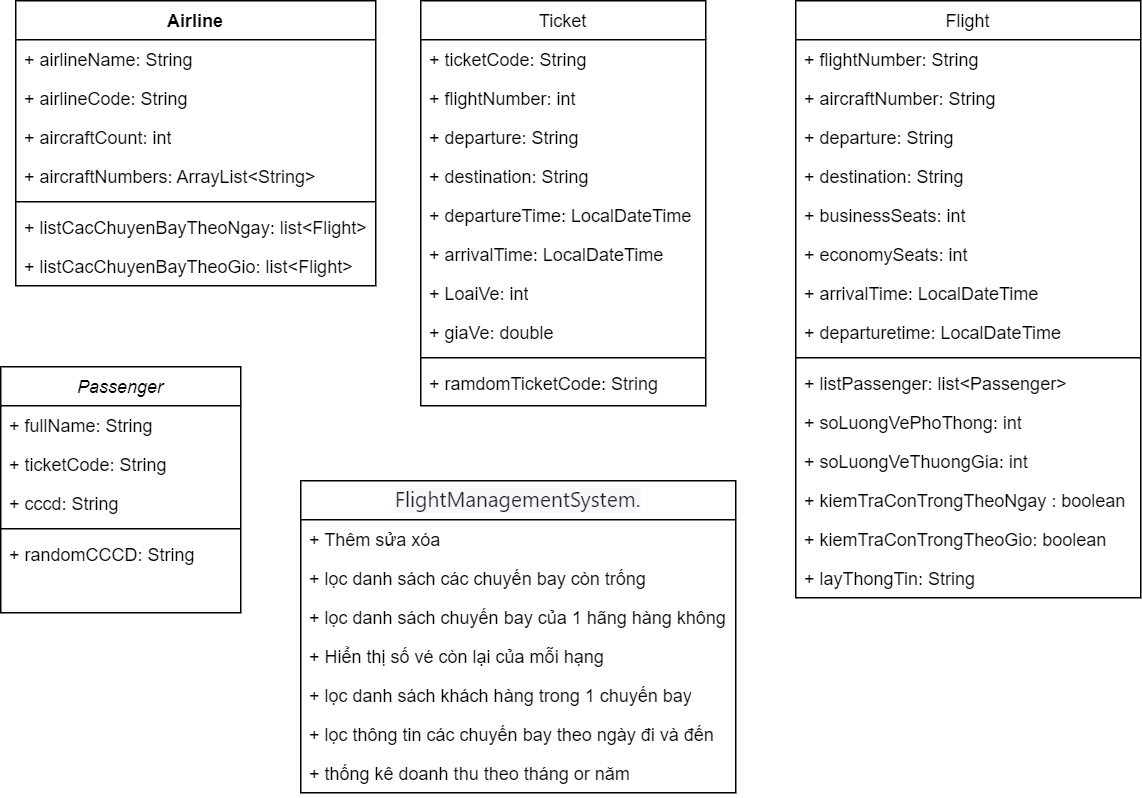
The draw.io diagram Untitled Diagram.drawio.png in TrinhChiAn/Nhom4_Java07, before a commit. Source tidied: cells renumbered, new cells last; positions are measured from the earlier drawing's top-left corner, leaving out a move shared by most shapes.
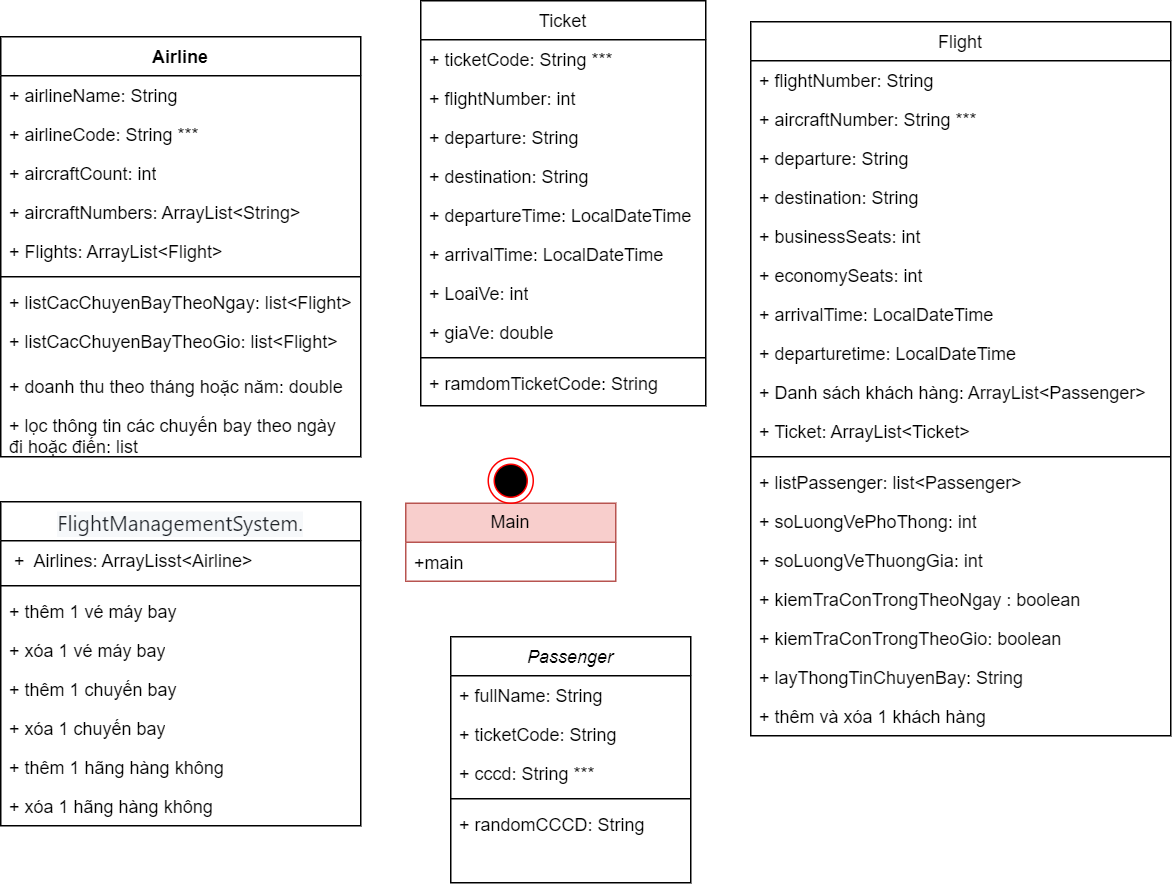
After the change.

Commit message:
Demo class

The edit, as a diff of the source:
```diff
@@ -5,3 +5,3 @@
     <mxCell id="2" value="Passenger" style="swimlane;fontStyle=2;align=center;verticalAlign=top;horizontal=1;startSize=26;rounded=0;shadow=0;strokeWidth=1;" parent="1" vertex="1">
-      <mxGeometry y="244" width="160" height="164" as="geometry" />
+      <mxGeometry x="310" y="400" width="160" height="164" as="geometry" />
     </mxCell>
@@ -13,3 +13,3 @@
     </mxCell>
-    <mxCell id="5" value="+&amp;nbsp;cccd: String" style="text;strokeColor=none;fillColor=none;align=left;verticalAlign=top;spacingLeft=4;spacingRight=4;overflow=hidden;whiteSpace=wrap;html=1;" parent="2" vertex="1">
+    <mxCell id="5" value="+&amp;nbsp;cccd: String ***" style="text;strokeColor=none;fillColor=none;align=left;verticalAlign=top;spacingLeft=4;spacingRight=4;overflow=hidden;whiteSpace=wrap;html=1;" parent="2" vertex="1">
       <mxGeometry y="78" width="160" height="26" as="geometry" />
@@ -23,5 +23,5 @@
     <mxCell id="8" value="Ticket" style="swimlane;fontStyle=0;align=center;verticalAlign=top;horizontal=1;startSize=26;rounded=0;shadow=0;strokeWidth=1;" parent="1" vertex="1">
-      <mxGeometry x="280" width="190" height="270" as="geometry" />
+      <mxGeometry x="290" y="-24" width="190" height="270" as="geometry" />
     </mxCell>
-    <mxCell id="9" value="+ ticketCode: String" style="text;strokeColor=none;fillColor=none;align=left;verticalAlign=top;spacingLeft=4;spacingRight=4;overflow=hidden;whiteSpace=wrap;html=1;shadow=1;" parent="8" vertex="1">
+    <mxCell id="9" value="+ ticketCode: String ***" style="text;strokeColor=none;fillColor=none;align=left;verticalAlign=top;spacingLeft=4;spacingRight=4;overflow=hidden;whiteSpace=wrap;html=1;shadow=1;" parent="8" vertex="1">
       <mxGeometry y="26" width="190" height="26" as="geometry" />
@@ -56,51 +56,60 @@
     <mxCell id="19" value="Flight" style="swimlane;fontStyle=0;align=center;verticalAlign=top;horizontal=1;startSize=26;rounded=0;shadow=0;strokeWidth=1;" parent="1" vertex="1">
-      <mxGeometry x="530" width="230" height="398" as="geometry" />
+      <mxGeometry x="510" y="-10" width="280" height="476" as="geometry" />
     </mxCell>
     <mxCell id="20" value="+ flightNumber: String" style="text;align=left;verticalAlign=top;spacingLeft=4;spacingRight=4;overflow=hidden;" parent="19" vertex="1">
-      <mxGeometry y="26" width="230" height="26" as="geometry" />
+      <mxGeometry y="26" width="280" height="26" as="geometry" />
     </mxCell>
-    <mxCell id="21" value="+ aircraftNumber: String" style="text;align=left;verticalAlign=top;spacingLeft=4;spacingRight=4;overflow=hidden;rounded=0;shadow=0;html=0;" parent="19" vertex="1">
-      <mxGeometry y="52" width="230" height="26" as="geometry" />
+    <mxCell id="21" value="+ aircraftNumber: String ***" style="text;align=left;verticalAlign=top;spacingLeft=4;spacingRight=4;overflow=hidden;rounded=0;shadow=0;html=0;" parent="19" vertex="1">
+      <mxGeometry y="52" width="280" height="26" as="geometry" />
     </mxCell>
     <mxCell id="22" value="+ departure: String" style="text;align=left;verticalAlign=top;spacingLeft=4;spacingRight=4;overflow=hidden;rounded=0;shadow=0;html=0;" parent="19" vertex="1">
-      <mxGeometry y="78" width="230" height="26" as="geometry" />
+      <mxGeometry y="78" width="280" height="26" as="geometry" />
     </mxCell>
     <mxCell id="23" value="+ destination: String" style="text;align=left;verticalAlign=top;spacingLeft=4;spacingRight=4;overflow=hidden;rounded=0;shadow=0;html=0;" parent="19" vertex="1">
-      <mxGeometry y="104" width="230" height="26" as="geometry" />
+      <mxGeometry y="104" width="280" height="26" as="geometry" />
     </mxCell>
     <mxCell id="24" value="+&amp;nbsp;businessSeats: int" style="text;strokeColor=none;fillColor=none;align=left;verticalAlign=top;spacingLeft=4;spacingRight=4;overflow=hidden;whiteSpace=wrap;html=1;" parent="19" vertex="1">
-      <mxGeometry y="130" width="230" height="26" as="geometry" />
+      <mxGeometry y="130" width="280" height="26" as="geometry" />
     </mxCell>
     <mxCell id="25" value="+&amp;nbsp;economySeats: int" style="text;strokeColor=none;fillColor=none;align=left;verticalAlign=top;spacingLeft=4;spacingRight=4;overflow=hidden;whiteSpace=wrap;html=1;" parent="19" vertex="1">
-      <mxGeometry y="156" width="230" height="26" as="geometry" />
+      <mxGeometry y="156" width="280" height="26" as="geometry" />
     </mxCell>
     <mxCell id="26" value="+&amp;nbsp;arrivalTime: LocalDateTime" style="text;strokeColor=none;fillColor=none;align=left;verticalAlign=top;spacingLeft=4;spacingRight=4;overflow=hidden;whiteSpace=wrap;html=1;" parent="19" vertex="1">
-      <mxGeometry y="182" width="230" height="26" as="geometry" />
+      <mxGeometry y="182" width="280" height="26" as="geometry" />
     </mxCell>
     <mxCell id="27" value="+ departuretime: LocalDateTime" style="text;align=left;verticalAlign=top;spacingLeft=4;spacingRight=4;overflow=hidden;rounded=0;shadow=0;html=0;" parent="19" vertex="1">
-      <mxGeometry y="208" width="230" height="26" as="geometry" />
+      <mxGeometry y="208" width="280" height="26" as="geometry" />
     </mxCell>
+    <mxCell id="51" value="+ Danh sách khách hàng: ArrayList&amp;lt;Passenger&amp;gt;" style="text;strokeColor=none;fillColor=none;align=left;verticalAlign=top;spacingLeft=4;spacingRight=4;overflow=hidden;whiteSpace=wrap;html=1;" parent="19" vertex="1">
+      <mxGeometry y="234" width="280" height="26" as="geometry" />
+    </mxCell>
+    <mxCell id="52" value="+ Ticket: ArrayList&amp;lt;Ticket&amp;gt;" style="text;strokeColor=none;fillColor=none;align=left;verticalAlign=top;spacingLeft=4;spacingRight=4;overflow=hidden;whiteSpace=wrap;html=1;" parent="19" vertex="1">
+      <mxGeometry y="260" width="280" height="26" as="geometry" />
+    </mxCell>
     <mxCell id="28" style="line;html=1;strokeWidth=1;align=left;verticalAlign=middle;spacingTop=-1;spacingLeft=3;spacingRight=3;labelPosition=right;" parent="19" vertex="1">
-      <mxGeometry y="234" width="230" height="8" as="geometry" />
+      <mxGeometry y="286" width="280" height="8" as="geometry" />
     </mxCell>
     <mxCell id="29" value="+ listPassenger: list&lt;Passenger&gt;" style="text;align=left;verticalAlign=top;spacingLeft=4;spacingRight=4;overflow=hidden;" parent="19" vertex="1">
-      <mxGeometry y="242" width="230" height="26" as="geometry" />
+      <mxGeometry y="294" width="280" height="26" as="geometry" />
     </mxCell>
     <mxCell id="30" value="+ soLuongVePhoThong: int" style="text;strokeColor=none;fillColor=none;align=left;verticalAlign=top;spacingLeft=4;spacingRight=4;overflow=hidden;whiteSpace=wrap;html=1;" parent="19" vertex="1">
-      <mxGeometry y="268" width="230" height="26" as="geometry" />
+      <mxGeometry y="320" width="280" height="26" as="geometry" />
     </mxCell>
     <mxCell id="31" value="+ soLuongVeThuongGia: int" style="text;align=left;verticalAlign=top;spacingLeft=4;spacingRight=4;overflow=hidden;" parent="19" vertex="1">
-      <mxGeometry y="294" width="230" height="26" as="geometry" />
+      <mxGeometry y="346" width="280" height="26" as="geometry" />
     </mxCell>
     <mxCell id="32" value="+ kiemTraConTrongTheoNgay : boolean" style="text;strokeColor=none;fillColor=none;align=left;verticalAlign=top;spacingLeft=4;spacingRight=4;overflow=hidden;whiteSpace=wrap;html=1;" parent="19" vertex="1">
-      <mxGeometry y="320" width="230" height="26" as="geometry" />
+      <mxGeometry y="372" width="280" height="26" as="geometry" />
     </mxCell>
     <mxCell id="33" value="+ kiemTraConTrongTheoGio: boolean" style="text;strokeColor=none;fillColor=none;align=left;verticalAlign=top;spacingLeft=4;spacingRight=4;overflow=hidden;whiteSpace=wrap;html=1;" parent="19" vertex="1">
-      <mxGeometry y="346" width="230" height="26" as="geometry" />
+      <mxGeometry y="398" width="280" height="26" as="geometry" />
     </mxCell>
-    <mxCell id="34" value="+ layThongTin: String" style="text;strokeColor=none;fillColor=none;align=left;verticalAlign=top;spacingLeft=4;spacingRight=4;overflow=hidden;whiteSpace=wrap;html=1;" parent="19" vertex="1">
-      <mxGeometry y="372" width="230" height="26" as="geometry" />
+    <mxCell id="34" value="+ layThongTinChuyenBay: String" style="text;strokeColor=none;fillColor=none;align=left;verticalAlign=top;spacingLeft=4;spacingRight=4;overflow=hidden;whiteSpace=wrap;html=1;" parent="19" vertex="1">
+      <mxGeometry y="424" width="280" height="26" as="geometry" />
     </mxCell>
+    <mxCell id="53" value="+ thêm và xóa 1 khách hàng" style="text;strokeColor=none;fillColor=none;align=left;verticalAlign=top;spacingLeft=4;spacingRight=4;overflow=hidden;whiteSpace=wrap;html=1;" parent="19" vertex="1">
+      <mxGeometry y="450" width="280" height="26" as="geometry" />
+    </mxCell>
     <mxCell id="35" value="Airline" style="swimlane;fontStyle=1;align=center;verticalAlign=top;horizontal=1;startSize=26;whiteSpace=wrap;html=1;" parent="1" vertex="1">
-      <mxGeometry x="10" width="240" height="190" as="geometry" />
+      <mxGeometry x="10" width="240" height="280" as="geometry" />
     </mxCell>
@@ -109,3 +118,3 @@
     </mxCell>
-    <mxCell id="37" value="+&amp;nbsp;airlineCode: String" style="text;strokeColor=none;fillColor=none;align=left;verticalAlign=top;spacingLeft=4;spacingRight=4;overflow=hidden;whiteSpace=wrap;html=1;" parent="35" vertex="1">
+    <mxCell id="37" value="+&amp;nbsp;airlineCode: String ***" style="text;strokeColor=none;fillColor=none;align=left;verticalAlign=top;spacingLeft=4;spacingRight=4;overflow=hidden;whiteSpace=wrap;html=1;" parent="35" vertex="1">
       <mxGeometry y="52" width="240" height="26" as="geometry" />
@@ -118,35 +127,56 @@
     </mxCell>
+    <mxCell id="54" value="+ Flights: ArrayList&amp;lt;Flight&amp;gt;" style="text;strokeColor=none;fillColor=none;align=left;verticalAlign=top;spacingLeft=4;spacingRight=4;overflow=hidden;whiteSpace=wrap;html=1;" parent="35" vertex="1">
+      <mxGeometry y="130" width="240" height="26" as="geometry" />
+    </mxCell>
     <mxCell id="40" style="line;strokeWidth=1;fillColor=none;align=left;verticalAlign=middle;spacingTop=-1;spacingLeft=3;spacingRight=3;labelPosition=right;strokeColor=inherit;" parent="35" vertex="1">
-      <mxGeometry y="130" width="240" height="8" as="geometry" />
+      <mxGeometry y="156" width="240" height="8" as="geometry" />
     </mxCell>
     <mxCell id="41" value="+ listCacChuyenBayTheoNgay: list&amp;lt;Flight&amp;gt;" style="text;strokeColor=none;fillColor=none;align=left;verticalAlign=top;spacingLeft=4;spacingRight=4;overflow=hidden;whiteSpace=wrap;html=1;" parent="35" vertex="1">
-      <mxGeometry y="138" width="240" height="52" as="geometry" />
+      <mxGeometry y="164" width="240" height="26" as="geometry" />
     </mxCell>
+    <mxCell id="50" value="+ listCacChuyenBayTheoGio: list&amp;lt;Flight&amp;gt;" style="text;strokeColor=none;fillColor=none;align=left;verticalAlign=top;spacingLeft=4;spacingRight=4;overflow=hidden;whiteSpace=wrap;html=1;" parent="35" vertex="1">
+      <mxGeometry y="190" width="240" height="30" as="geometry" />
+    </mxCell>
+    <mxCell id="55" value="+ doanh thu theo tháng hoặc năm: double" style="text;strokeColor=none;fillColor=none;align=left;verticalAlign=top;spacingLeft=4;spacingRight=4;overflow=hidden;whiteSpace=wrap;html=1;" parent="35" vertex="1">
+      <mxGeometry y="220" width="240" height="26" as="geometry" />
+    </mxCell>
+    <mxCell id="56" value="+ lọc thông tin các chuyến bay theo ngày đi hoặc điến: list" style="text;strokeColor=none;fillColor=none;align=left;verticalAlign=top;spacingLeft=4;spacingRight=4;overflow=hidden;whiteSpace=wrap;html=1;" parent="35" vertex="1">
+      <mxGeometry y="246" width="240" height="34" as="geometry" />
+    </mxCell>
-    <mxCell id="42" value="&lt;h3 style=&quot;box-sizing: border-box; margin: 0px; font-size: 14px; font-weight: var(--base-text-weight-normal, 400); color: rgb(31, 35, 40); font-family: -apple-system, BlinkMacSystemFont, &amp;quot;Segoe UI&amp;quot;, &amp;quot;Noto Sans&amp;quot;, Helvetica, Arial, sans-serif, &amp;quot;Apple Color Emoji&amp;quot;, &amp;quot;Segoe UI Emoji&amp;quot;; text-align: left; background-color: rgb(246, 248, 250);&quot;&gt;&lt;div style=&quot;box-sizing: border-box; display: inline-block; max-width: 100%; overflow: hidden; text-overflow: ellipsis; vertical-align: top;&quot; aria-label=&quot;FlightManagementSystem.java&quot; title=&quot;FlightManagementSystem.java&quot; class=&quot;react-directory-truncate&quot;&gt;&lt;a style=&quot;box-sizing: border-box; background-color: transparent;&quot; href=&quot;https://github.com/TrinhChiAn/Nhom4_Java07/blob/main/FlightBookingSoftware/src/main/java/nhom4/java07/flightbookingsoftware/FlightManagementSystem.java&quot; class=&quot;Link--primary&quot; aria-describedby=&quot;item-type-24&quot;&gt;FlightManagementSystem.&lt;/a&gt;&lt;/div&gt;&lt;/h3&gt;" style="swimlane;fontStyle=0;horizontal=1;startSize=26;fillColor=none;whiteSpace=wrap;html=1;" parent="1" vertex="1">
-      <mxGeometry x="200" y="320" width="290" height="208" as="geometry" />
+    <mxCell id="42" value="&lt;h3 style=&quot;border-color: var(--border-color); box-sizing: border-box; margin: 0px; font-size: 14px; font-weight: var(--base-text-weight-normal, 400); color: rgb(31, 35, 40); font-family: -apple-system, BlinkMacSystemFont, &amp;quot;Segoe UI&amp;quot;, &amp;quot;Noto Sans&amp;quot;, Helvetica, Arial, sans-serif, &amp;quot;Apple Color Emoji&amp;quot;, &amp;quot;Segoe UI Emoji&amp;quot;; text-align: left; background-color: rgb(246, 248, 250);&quot;&gt;&lt;div style=&quot;border-color: var(--border-color); box-sizing: border-box; display: inline-block; max-width: 100%; overflow: hidden; text-overflow: ellipsis; vertical-align: top;&quot; aria-label=&quot;FlightManagementSystem.java&quot; title=&quot;FlightManagementSystem.java&quot; class=&quot;react-directory-truncate&quot;&gt;&lt;a style=&quot;border-color: var(--border-color); box-sizing: border-box; background-color: transparent;&quot; href=&quot;https://github.com/TrinhChiAn/Nhom4_Java07/blob/main/FlightBookingSoftware/src/main/java/nhom4/java07/flightbookingsoftware/FlightManagementSystem.java&quot; class=&quot;Link--primary&quot; aria-describedby=&quot;item-type-24&quot;&gt;FlightManagementSystem.&lt;/a&gt;&lt;/div&gt;&lt;/h3&gt;" style="swimlane;fontStyle=1;align=center;verticalAlign=top;horizontal=1;startSize=26;whiteSpace=wrap;html=1;" parent="1" vertex="1">
+      <mxGeometry x="10" y="310" width="240" height="216" as="geometry" />
     </mxCell>
-    <mxCell id="43" value="+ Thêm sửa xóa" style="text;strokeColor=none;fillColor=none;align=left;verticalAlign=top;spacingLeft=4;spacingRight=4;overflow=hidden;whiteSpace=wrap;html=1;" parent="42" vertex="1">
-      <mxGeometry y="26" width="290" height="26" as="geometry" />
-    </mxCell>
-    <mxCell id="44" value="+ lọc danh sách các chuyến bay còn trống" style="text;strokeColor=none;fillColor=none;align=left;verticalAlign=top;spacingLeft=4;spacingRight=4;overflow=hidden;whiteSpace=wrap;html=1;" parent="42" vertex="1">
-      <mxGeometry y="52" width="290" height="26" as="geometry" />
-    </mxCell>
-    <mxCell id="45" value="+ lọc danh sách chuyến bay của 1 hãng hàng không" style="text;strokeColor=none;fillColor=none;align=left;verticalAlign=top;spacingLeft=4;spacingRight=4;overflow=hidden;whiteSpace=wrap;html=1;" parent="42" vertex="1">
-      <mxGeometry y="78" width="290" height="26" as="geometry" />
-    </mxCell>
-    <mxCell id="46" value="+ Hiển thị số vé còn lại của mỗi hạng" style="text;strokeColor=none;fillColor=none;align=left;verticalAlign=top;spacingLeft=4;spacingRight=4;overflow=hidden;whiteSpace=wrap;html=1;" parent="42" vertex="1">
-      <mxGeometry y="104" width="290" height="26" as="geometry" />
-    </mxCell>
-    <mxCell id="47" value="+ lọc danh sách khách hàng trong 1 chuyến bay" style="text;strokeColor=none;fillColor=none;align=left;verticalAlign=top;spacingLeft=4;spacingRight=4;overflow=hidden;whiteSpace=wrap;html=1;" parent="42" vertex="1">
-      <mxGeometry y="130" width="290" height="26" as="geometry" />
-    </mxCell>
-    <mxCell id="48" value="+ lọc thông tin các chuyến bay theo ngày đi và đến" style="text;strokeColor=none;fillColor=none;align=left;verticalAlign=top;spacingLeft=4;spacingRight=4;overflow=hidden;whiteSpace=wrap;html=1;" parent="42" vertex="1">
-      <mxGeometry y="156" width="290" height="26" as="geometry" />
-    </mxCell>
-    <mxCell id="49" value="+ thống kê doanh thu theo tháng or năm" style="text;strokeColor=none;fillColor=none;align=left;verticalAlign=top;spacingLeft=4;spacingRight=4;overflow=hidden;whiteSpace=wrap;html=1;" parent="42" vertex="1">
-      <mxGeometry y="182" width="290" height="26" as="geometry" />
-    </mxCell>
-    <mxCell id="50" value="+ listCacChuyenBayTheoGio: list&amp;lt;Flight&amp;gt;" style="text;strokeColor=none;fillColor=none;align=left;verticalAlign=top;spacingLeft=4;spacingRight=4;overflow=hidden;whiteSpace=wrap;html=1;" parent="1" vertex="1">
-      <mxGeometry x="10" y="164" width="240" height="26" as="geometry" />
-    </mxCell>
+    <mxCell id="57" value="&amp;nbsp;+&amp;nbsp; Airlines: ArrayLisst&amp;lt;Airline&amp;gt;" style="text;strokeColor=none;fillColor=none;align=left;verticalAlign=top;spacingLeft=4;spacingRight=4;overflow=hidden;whiteSpace=wrap;html=1;" parent="42" vertex="1">
+      <mxGeometry y="26" width="240" height="26" as="geometry" />
+    </mxCell>
+    <mxCell id="58" style="line;strokeWidth=1;fillColor=none;align=left;verticalAlign=middle;spacingTop=-1;spacingLeft=3;spacingRight=3;labelPosition=right;strokeColor=inherit;" parent="42" vertex="1">
+      <mxGeometry y="52" width="240" height="8" as="geometry" />
+    </mxCell>
+    <mxCell id="59" value="+ thêm 1 vé máy bay" style="text;strokeColor=none;fillColor=none;align=left;verticalAlign=top;spacingLeft=4;spacingRight=4;overflow=hidden;whiteSpace=wrap;html=1;" parent="42" vertex="1">
+      <mxGeometry y="60" width="240" height="26" as="geometry" />
+    </mxCell>
+    <mxCell id="60" value="+ xóa 1 vé máy bay" style="text;strokeColor=none;fillColor=none;align=left;verticalAlign=top;spacingLeft=4;spacingRight=4;overflow=hidden;whiteSpace=wrap;html=1;" parent="42" vertex="1">
+      <mxGeometry y="86" width="240" height="26" as="geometry" />
+    </mxCell>
+    <mxCell id="61" value="+ thêm 1 chuyến bay" style="text;strokeColor=none;fillColor=none;align=left;verticalAlign=top;spacingLeft=4;spacingRight=4;overflow=hidden;whiteSpace=wrap;html=1;" parent="42" vertex="1">
+      <mxGeometry y="112" width="240" height="26" as="geometry" />
+    </mxCell>
+    <mxCell id="62" value="+ xóa 1 chuyến bay" style="text;strokeColor=none;fillColor=none;align=left;verticalAlign=top;spacingLeft=4;spacingRight=4;overflow=hidden;whiteSpace=wrap;html=1;" parent="42" vertex="1">
+      <mxGeometry y="138" width="240" height="26" as="geometry" />
+    </mxCell>
+    <mxCell id="63" value="+ thêm 1 hãng hàng không" style="text;strokeColor=none;fillColor=none;align=left;verticalAlign=top;spacingLeft=4;spacingRight=4;overflow=hidden;whiteSpace=wrap;html=1;" parent="42" vertex="1">
+      <mxGeometry y="164" width="240" height="26" as="geometry" />
+    </mxCell>
+    <mxCell id="64" value="+ xóa 1 hãng hàng không" style="text;strokeColor=none;fillColor=none;align=left;verticalAlign=top;spacingLeft=4;spacingRight=4;overflow=hidden;whiteSpace=wrap;html=1;" parent="42" vertex="1">
+      <mxGeometry y="190" width="240" height="26" as="geometry" />
+    </mxCell>
+    <mxCell id="65" value="Main" style="swimlane;fontStyle=0;horizontal=1;startSize=26;fillColor=#f8cecc;whiteSpace=wrap;html=1;strokeColor=#b85450;" parent="1" vertex="1">
+      <mxGeometry x="280" y="311" width="140" height="52" as="geometry" />
+    </mxCell>
+    <mxCell id="66" value="+main" style="text;strokeColor=none;fillColor=none;align=left;verticalAlign=top;spacingLeft=4;spacingRight=4;overflow=hidden;whiteSpace=wrap;html=1;" parent="65" vertex="1">
+      <mxGeometry y="26" width="140" height="26" as="geometry" />
+    </mxCell>
+    <mxCell id="67" style="ellipse;html=1;shape=endState;fillColor=#000000;strokeColor=#ff0000;" parent="1" vertex="1">
+      <mxGeometry x="335" y="281" width="30" height="30" as="geometry" />
+    </mxCell>
   </root>
```
